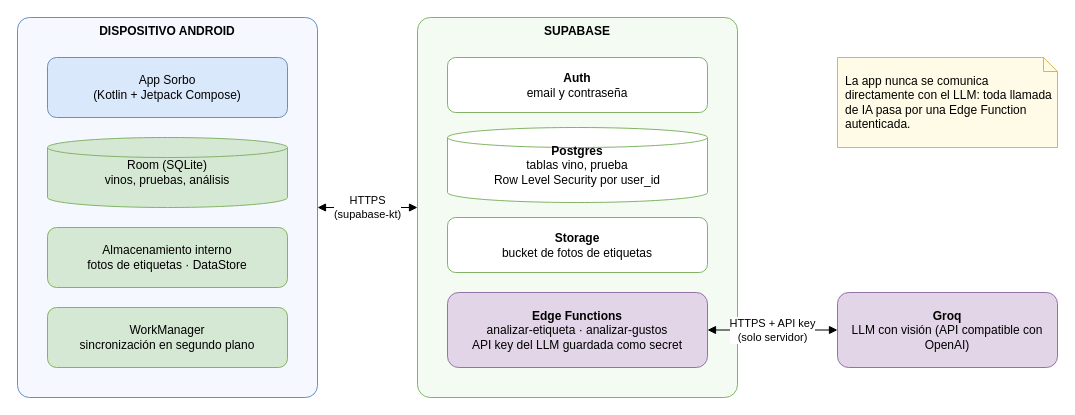
Above: page "Topología de infraestructura" (4 of 5) of docs/diagramas/sorbo.drawio in alejogarciabosio/sorbo-app (draw.io), before the change. Source tidied: cells renumbered, new cells numbered last; positions are measured from the earlier drawing's top-left corner, leaving out a move shared by most shapes. Both pictures are drawn from the tidied source at 100%, with x=0, y=0 at pixel (17, 17).
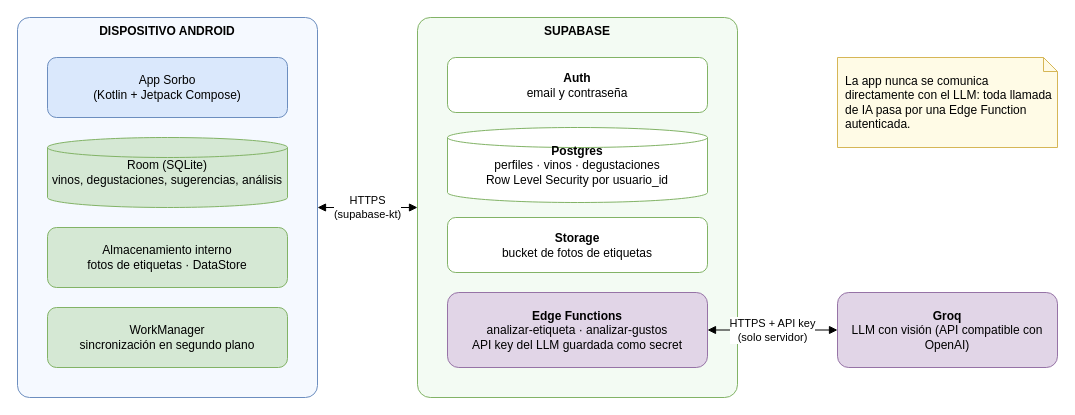
The same page after the edit.

Commit message (it also covers changes not shown here):
docs: modelo de datos con usuario, degustación y sugerencia de IA

The edit, as a diff of the source:
```diff
@@
 <mxGraphModel>
   <root>
     <mxCell id="0" />
     <mxCell id="1" parent="0" />
     <mxCell id="2" value="DISPOSITIVO ANDROID" style="rounded=1;whiteSpace=wrap;html=1;fillColor=#f5f9ff;strokeColor=#6c8ebf;verticalAlign=top;fontStyle=1;arcSize=4;" parent="1" vertex="1">
       <mxGeometry width="300" height="380" as="geometry" />
     </mxCell>
     <mxCell id="3" value="App Sorbo&lt;br&gt;(Kotlin + Jetpack Compose)" style="rounded=1;whiteSpace=wrap;html=1;fillColor=#dae8fc;strokeColor=#6c8ebf;" parent="1" vertex="1">
       <mxGeometry x="30" y="40" width="240" height="60" as="geometry" />
     </mxCell>
-    <mxCell id="4" value="Room (SQLite)&lt;br&gt;vinos, pruebas, análisis" style="shape=cylinder3;whiteSpace=wrap;html=1;size=10;fillColor=#d5e8d4;strokeColor=#82b366;" parent="1" vertex="1">
+    <mxCell id="4" value="Room (SQLite)&lt;br&gt;vinos, degustaciones, sugerencias, análisis" style="shape=cylinder3;whiteSpace=wrap;html=1;size=10;fillColor=#d5e8d4;strokeColor=#82b366;" parent="1" vertex="1">
       <mxGeometry x="30" y="120" width="240" height="70" as="geometry" />
     </mxCell>
     <mxCell id="5" value="Almacenamiento interno&lt;br&gt;fotos de etiquetas · DataStore" style="rounded=1;whiteSpace=wrap;html=1;fillColor=#d5e8d4;strokeColor=#82b366;" parent="1" vertex="1">
       <mxGeometry x="30" y="210" width="240" height="60" as="geometry" />
     </mxCell>
     <mxCell id="6" value="WorkManager&lt;br&gt;sincronización en segundo plano" style="rounded=1;whiteSpace=wrap;html=1;fillColor=#d5e8d4;strokeColor=#82b366;" parent="1" vertex="1">
       <mxGeometry x="30" y="290" width="240" height="60" as="geometry" />
     </mxCell>
     <mxCell id="7" value="SUPABASE" style="rounded=1;whiteSpace=wrap;html=1;fillColor=#f3fbf3;strokeColor=#82b366;verticalAlign=top;fontStyle=1;arcSize=4;" parent="1" vertex="1">
       <mxGeometry x="400" width="320" height="380" as="geometry" />
     </mxCell>
     <mxCell id="8" value="&lt;b&gt;Auth&lt;/b&gt;&lt;br&gt;email y contraseña" style="rounded=1;whiteSpace=wrap;html=1;fillColor=#ffffff;strokeColor=#82b366;" parent="1" vertex="1">
       <mxGeometry x="430" y="40" width="260" height="55" as="geometry" />
     </mxCell>
-    <mxCell id="9" value="&lt;b&gt;Postgres&lt;/b&gt;&lt;br&gt;tablas vino, prueba&lt;br&gt;Row Level Security por user_id" style="shape=cylinder3;whiteSpace=wrap;html=1;size=10;fillColor=#ffffff;strokeColor=#82b366;" parent="1" vertex="1">
+    <mxCell id="9" value="&lt;b&gt;Postgres&lt;/b&gt;&lt;br&gt;perfiles · vinos · degustaciones&lt;br&gt;Row Level Security por usuario_id" style="shape=cylinder3;whiteSpace=wrap;html=1;size=10;fillColor=#ffffff;strokeColor=#82b366;" parent="1" vertex="1">
       <mxGeometry x="430" y="110" width="260" height="75" as="geometry" />
     </mxCell>
     <mxCell id="10" value="&lt;b&gt;Storage&lt;/b&gt;&lt;br&gt;bucket de fotos de etiquetas" style="rounded=1;whiteSpace=wrap;html=1;fillColor=#ffffff;strokeColor=#82b366;" parent="1" vertex="1">
       <mxGeometry x="430" y="200" width="260" height="55" as="geometry" />
     </mxCell>
     <mxCell id="11" value="&lt;b&gt;Edge Functions&lt;/b&gt;&lt;br&gt;analizar-etiqueta · analizar-gustos&lt;br&gt;API key del LLM guardada como secret" style="rounded=1;whiteSpace=wrap;html=1;fillColor=#e1d5e7;strokeColor=#9673a6;" parent="1" vertex="1">
       <mxGeometry x="430" y="275" width="260" height="75" as="geometry" />
     </mxCell>
     <mxCell id="12" value="&lt;b&gt;Groq&lt;/b&gt;&lt;br&gt;LLM con visión (API compatible con OpenAI)" style="rounded=1;whiteSpace=wrap;html=1;fillColor=#e1d5e7;strokeColor=#9673a6;" parent="1" vertex="1">
       <mxGeometry x="820" y="275" width="220" height="75" as="geometry" />
     </mxCell>
     <mxCell id="13" value="La app nunca se comunica directamente con el LLM: toda llamada de IA pasa por una Edge Function autenticada." style="shape=note;whiteSpace=wrap;html=1;size=14;fillColor=#fffbe6;strokeColor=#d6b656;align=left;spacingLeft=6;" parent="1" vertex="1">
       <mxGeometry x="820" y="40" width="220" height="90" as="geometry" />
     </mxCell>
     <mxCell id="14" value="HTTPS&lt;br&gt;(supabase-kt)" style="html=1;endArrow=block;startArrow=block;" parent="1" edge="1" source="2" target="7">
       <mxGeometry relative="1" as="geometry" />
     </mxCell>
     <mxCell id="15" value="HTTPS + API key&lt;br&gt;(solo servidor)" style="html=1;endArrow=block;startArrow=block;" parent="1" edge="1" source="11" target="12">
       <mxGeometry relative="1" as="geometry" />
     </mxCell>
   </root>
 </mxGraphModel>
```
